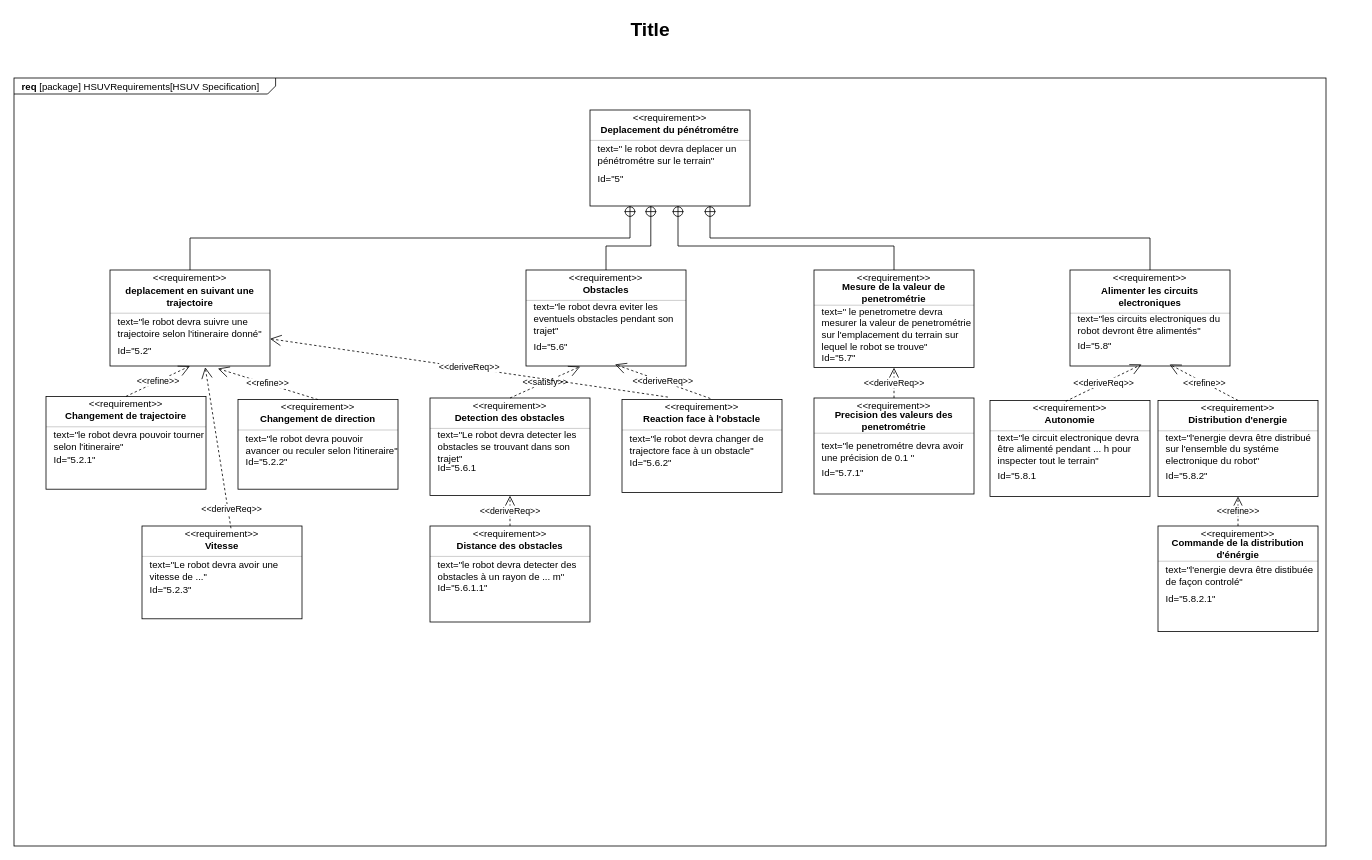
Earlier version of the draw.io diagram SYSML/Req_5.drawio (ToGen49/Hippodrome). Source tidied: cells renumbered, new cells numbered last; positions are measured from the earlier drawing's top-left corner, leaving out a move shared by most shapes. Both pictures are drawn from the tidied source at 80%, with x=0, y=0 at pixel (14, 14).
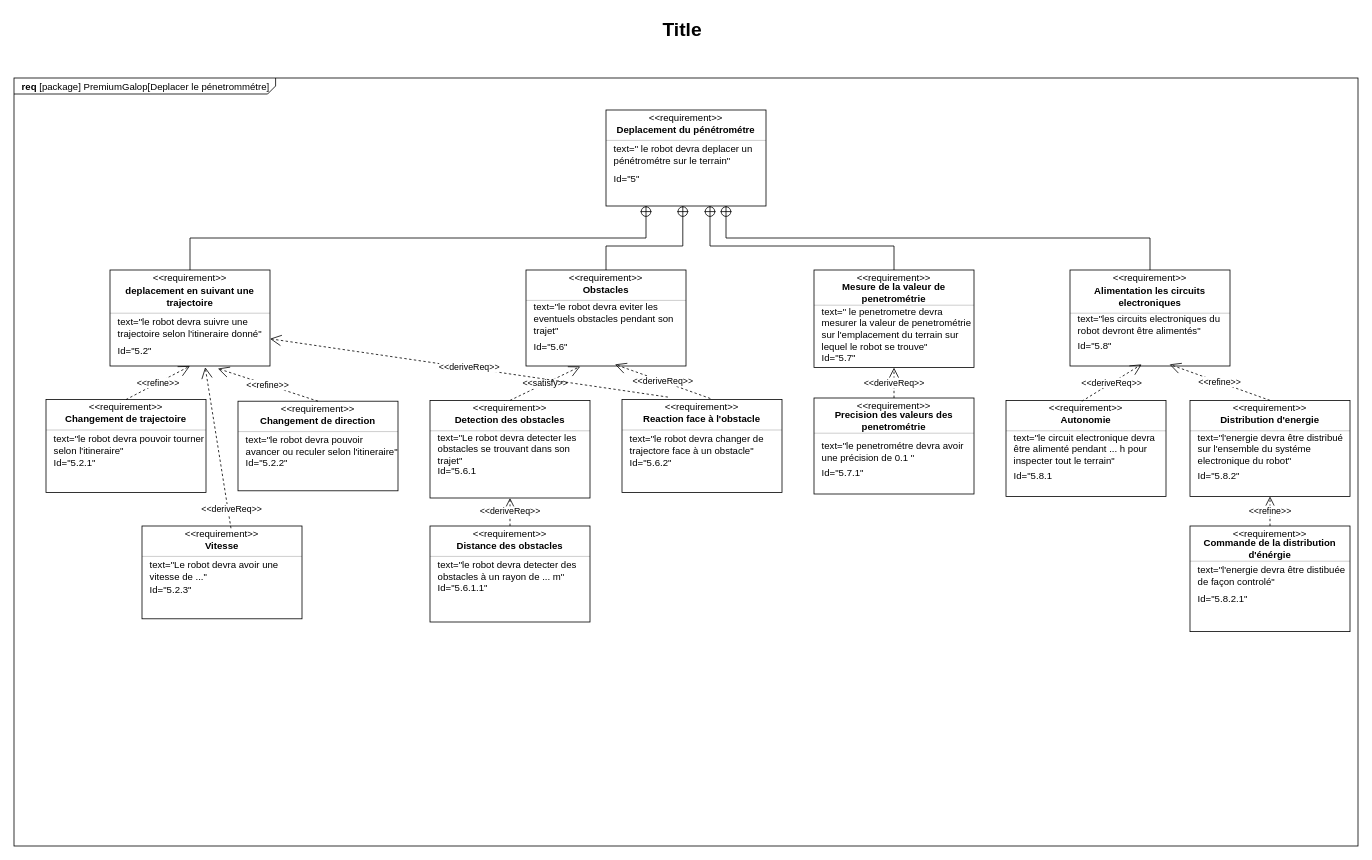
The same diagram, later.

Commit message (it also covers changes not shown here):
Mettre à jour Req_5.drawio

Unchanged cells that the change refers to:
```xml
<mxCell id="19" value="&amp;lt;&amp;lt;requirement&amp;gt;&amp;gt;" style="html=1;align=center;spacing=0;verticalAlign=middle;strokeColor=none;fillColor=none;whiteSpace=wrap;spacingTop=3;" parent="18" vertex="1">
  <mxGeometry width="200" height="16" as="geometry" />
</mxCell>
<mxCell id="26" value="&amp;lt;&amp;lt;requirement&amp;gt;&amp;gt;" style="html=1;align=center;spacing=0;verticalAlign=middle;strokeColor=none;fillColor=none;whiteSpace=wrap;spacingTop=3;" parent="25" vertex="1">
  <mxGeometry width="200" height="16" as="geometry" />
</mxCell>
<mxCell id="32" style="fontStyle=1;align=center;verticalAlign=middle;horizontal=1;" parent="1" vertex="1">
  <mxGeometry x="1320" y="320" width="200" height="120" as="geometry" />
</mxCell>
<mxCell id="39" style="fontStyle=1;align=center;verticalAlign=middle;horizontal=1;" parent="1" vertex="1">
  <mxGeometry x="520" y="640" width="200" height="120" as="geometry" />
</mxCell>
<mxCell id="44" value="Id=&quot;5.6.1.1&quot;" style="html=1;align=left;spacing=0;verticalAlign=middle;strokeColor=none;fillColor=none;whiteSpace=wrap;spacingLeft=10;" parent="39" vertex="1">
  <mxGeometry y="70" width="200" height="16" as="geometry" />
</mxCell>
```

Change to the diagram source:
```diff
@@
-    <mxCell id="2" value="&lt;p style=&quot;margin: 0px ; margin-top: 4px ; margin-left: 10px ; text-align: left&quot;&gt;&lt;b&gt;req&lt;/b&gt;&amp;nbsp;[package] HSUVRequirements[HSUV Specification]&lt;/p&gt;" style="html=1;strokeWidth=1;shape=mxgraph.sysml.package;html=1;overflow=fill;whiteSpace=wrap;fillColor=none;gradientColor=none;fontSize=12;align=center;labelX=327.64;" parent="1" vertex="1">
-      <mxGeometry y="80" width="1640" height="960" as="geometry" />
+    <mxCell id="2" value="&lt;p style=&quot;margin: 0px ; margin-top: 4px ; margin-left: 10px ; text-align: left&quot;&gt;&lt;b&gt;req&lt;/b&gt;&amp;nbsp;[package] PremiumGalop[Deplacer le pénetrommétre]&lt;/p&gt;" style="html=1;strokeWidth=1;shape=mxgraph.sysml.package;html=1;overflow=fill;whiteSpace=wrap;fillColor=none;gradientColor=none;fontSize=12;align=center;labelX=327.64;" parent="1" vertex="1">
+      <mxGeometry y="80" width="1680" height="960" as="geometry" />
     </mxCell>
     <mxCell id="3" value="Title" style="text;strokeColor=none;fillColor=none;html=1;fontSize=24;fontStyle=1;verticalAlign=middle;align=center;" parent="1" vertex="1">
-      <mxGeometry x="40" width="1510" height="40" as="geometry" />
+      <mxGeometry x="80" width="1510" height="40" as="geometry" />
     </mxCell>
     <mxCell id="4" style="fontStyle=1;align=center;verticalAlign=middle;horizontal=1;" parent="1" vertex="1">
-      <mxGeometry x="720" y="120" width="200" height="120" as="geometry" />
+      <mxGeometry x="740" y="120" width="200" height="120" as="geometry" />
     </mxCell>
@@
-    <mxCell id="34" value="Alimenter les circuits electroniques" style="html=1;align=center;spacing=0;verticalAlign=middle;strokeColor=none;fillColor=none;whiteSpace=wrap;fontStyle=1;" parent="32" vertex="1">
+    <mxCell id="34" value="Alimentation les circuits electroniques" style="html=1;align=center;spacing=0;verticalAlign=middle;strokeColor=none;fillColor=none;whiteSpace=wrap;fontStyle=1;" parent="32" vertex="1">
       <mxGeometry y="16" width="200" height="34" as="geometry" />
     </mxCell>
@@
+    <mxCell id="124" style="edgeStyle=orthogonalEdgeStyle;rounded=0;orthogonalLoop=1;jettySize=auto;html=1;exitX=0.5;exitY=1;exitDx=0;exitDy=0;" parent="39" edge="1" source="44" target="44">
+      <mxGeometry relative="1" as="geometry" />
+    </mxCell>
@@
     <mxCell id="53" style="fontStyle=1;align=center;verticalAlign=middle;horizontal=1;" parent="1" vertex="1">
-      <mxGeometry x="520" y="480" width="200" height="122" as="geometry" />
+      <mxGeometry x="520" y="483" width="200" height="122" as="geometry" />
     </mxCell>
@@
     <mxCell id="60" style="fontStyle=1;align=center;verticalAlign=middle;horizontal=1;" parent="1" vertex="1">
-      <mxGeometry x="40" y="478" width="200" height="116" as="geometry" />
+      <mxGeometry x="40" y="482" width="200" height="116" as="geometry" />
     </mxCell>
@@
     <mxCell id="67" style="fontStyle=1;align=center;verticalAlign=middle;horizontal=1;" parent="1" vertex="1">
-      <mxGeometry x="280" y="482" width="200" height="112" as="geometry" />
+      <mxGeometry x="280" y="484" width="200" height="112" as="geometry" />
     </mxCell>
@@
     <mxCell id="74" style="fontStyle=1;align=center;verticalAlign=middle;horizontal=1;" parent="1" vertex="1">
-      <mxGeometry x="1220" y="483" width="200" height="120" as="geometry" />
+      <mxGeometry x="1240" y="483" width="200" height="120" as="geometry" />
     </mxCell>
@@
     <mxCell id="81" style="fontStyle=1;align=center;verticalAlign=middle;horizontal=1;" parent="1" vertex="1">
-      <mxGeometry x="1430" y="483" width="200" height="120" as="geometry" />
+      <mxGeometry x="1470" y="483" width="200" height="120" as="geometry" />
     </mxCell>
@@
     <mxCell id="103" style="rounded=0;html=1;labelBackgroundColor=none;endArrow=none;edgeStyle=elbowEdgeStyle;elbow=vertical;startArrow=sysMLPackCont;startSize=12;entryX=0.5;entryY=0;entryDx=0;entryDy=0;" parent="1" edge="1" target="19">
       <mxGeometry relative="1" as="geometry">
-        <mxPoint x="796" y="240" as="sourcePoint" />
+        <mxPoint x="836" y="240" as="sourcePoint" />
         <Array as="points">
-          <mxPoint x="770" y="290" />
+          <mxPoint x="810" y="290" />
         </Array>
       </mxGeometry>
     </mxCell>
     <mxCell id="104" style="rounded=0;html=1;labelBackgroundColor=none;endArrow=none;edgeStyle=elbowEdgeStyle;elbow=vertical;startArrow=sysMLPackCont;startSize=12;exitX=0.25;exitY=1;exitDx=0;exitDy=0;entryX=0.5;entryY=0;entryDx=0;entryDy=0;" parent="1" edge="1" target="26">
       <mxGeometry relative="1" as="geometry">
-        <mxPoint x="830" y="240" as="sourcePoint" />
+        <mxPoint x="870" y="240" as="sourcePoint" />
         <Array as="points">
-          <mxPoint x="960" y="290" />
+          <mxPoint x="1000" y="290" />
         </Array>
       </mxGeometry>
     </mxCell>
@@
     <mxCell id="116" style="fontStyle=1;align=center;verticalAlign=middle;horizontal=1;" parent="1" vertex="1">
-      <mxGeometry x="1430" y="640" width="200" height="132" as="geometry" />
+      <mxGeometry x="1470" y="640" width="200" height="132" as="geometry" />
     </mxCell>
```
